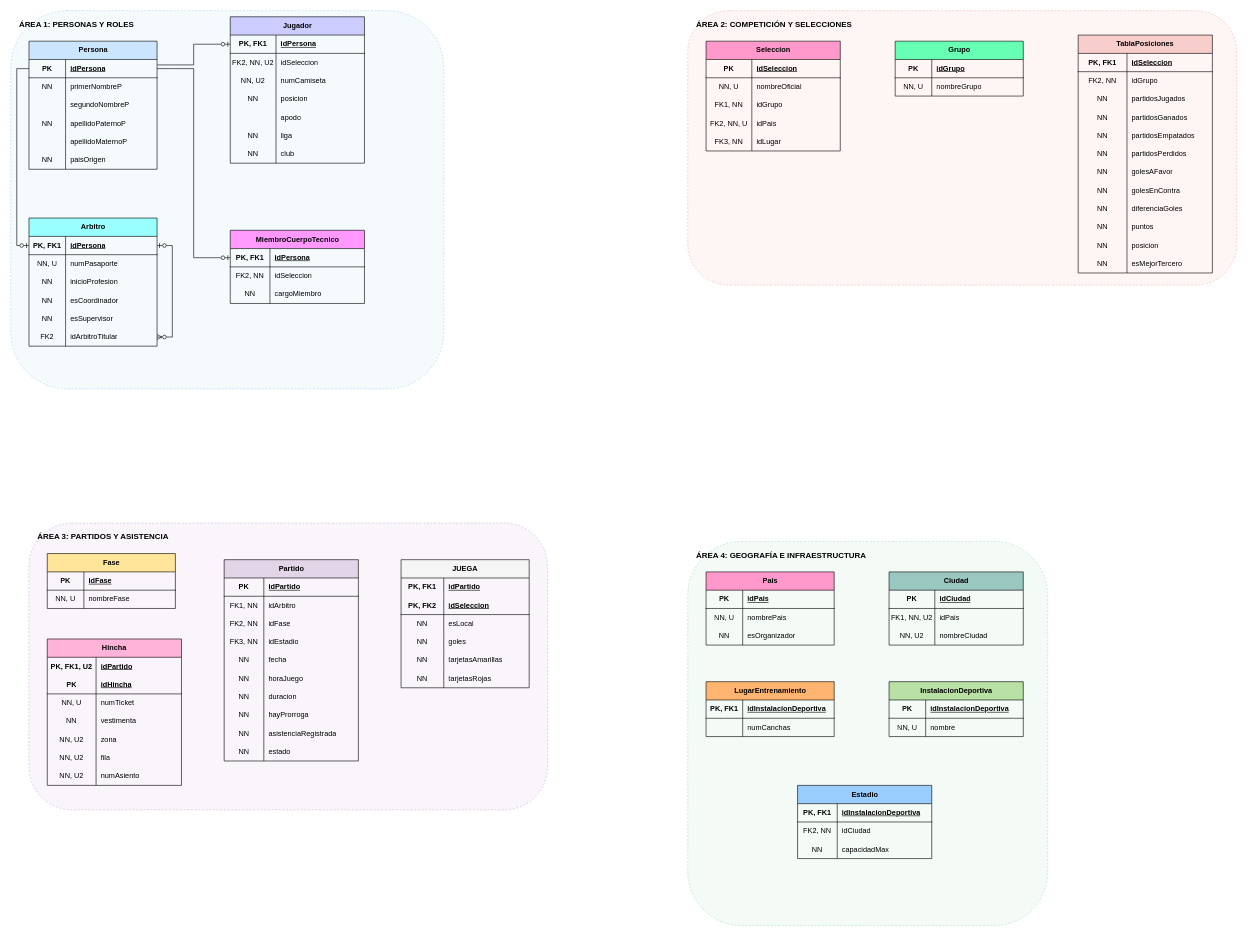
Above: page "Página-1" (1 of 2) of ModeloLogicoCopaMundial2026.drawio in Isa4cc/BASE-DE-DATOS-I-DIAGRAMAS (draw.io), before the change. Source tidied: cells renumbered, new cells numbered last; positions are measured from the earlier drawing's top-left corner, leaving out a move shared by most shapes. Both pictures are drawn from the tidied source at 61%, with x=0, y=0 at pixel (10, 10).
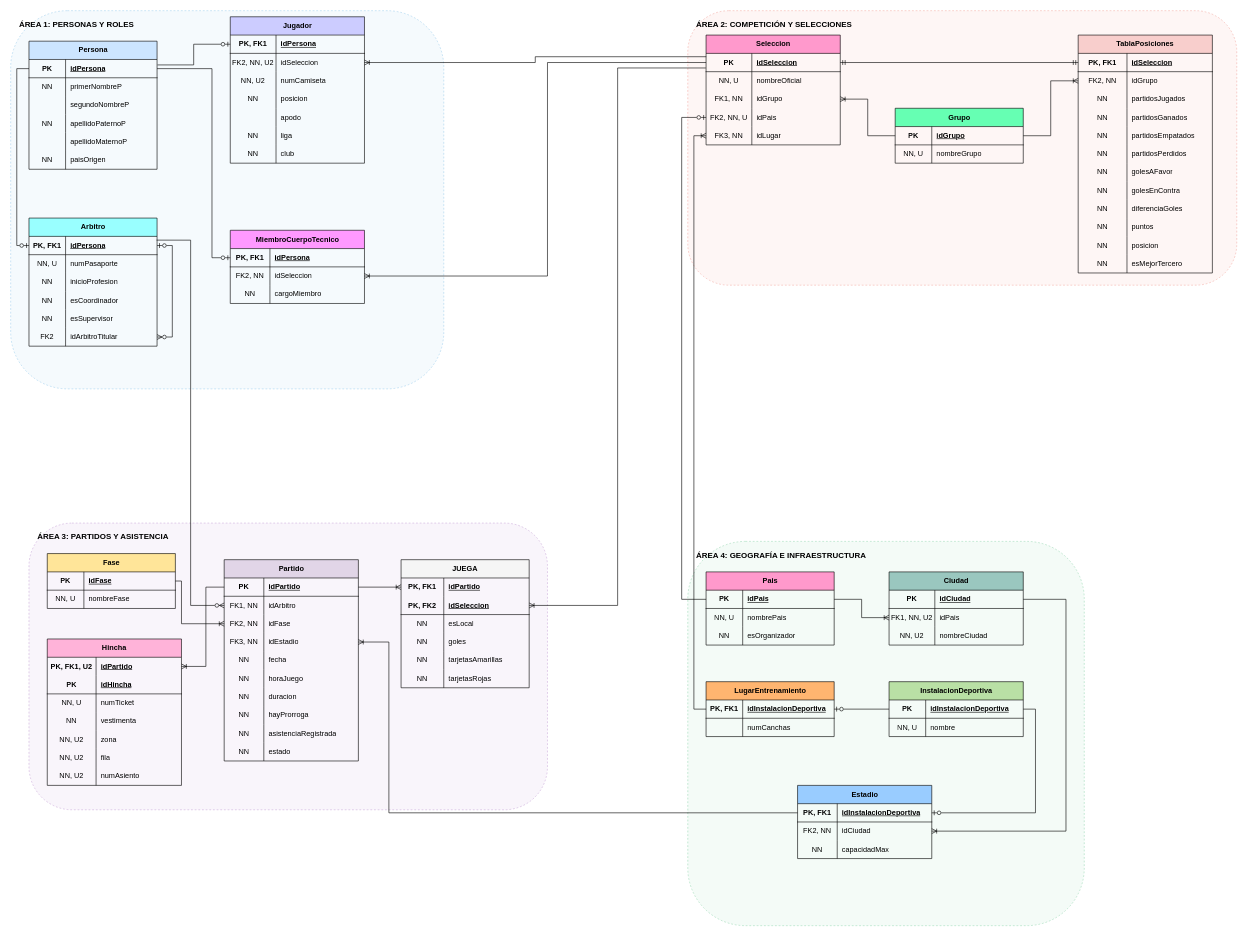
The same diagram, later.

The change refers to these unchanged cells:
```xml
<mxCell id="4" style="shape=tableRow;horizontal=0;startSize=0;swimlaneHead=0;swimlaneBody=0;fillColor=none;points=[[0,0.5],[1,0.5]];portConstraint=eastwest;top=0;left=0;right=0;bottom=1;" parent="3" vertex="1">
<mxCell id="26" style="shape=tableRow;horizontal=0;startSize=0;swimlaneHead=0;swimlaneBody=0;fillColor=none;points=[[0,0.5],[1,0.5]];portConstraint=eastwest;top=0;left=0;right=0;bottom=0;" parent="22" vertex="1">
<mxCell id="45" style="shape=tableRow;horizontal=0;startSize=0;swimlaneHead=0;swimlaneBody=0;fillColor=none;points=[[0,0.5],[1,0.5]];portConstraint=eastwest;top=0;left=0;right=0;bottom=1;" parent="44" vertex="1">
<mxCell id="65" style="shape=tableRow;horizontal=0;startSize=0;swimlaneHead=0;swimlaneBody=0;fillColor=none;points=[[0,0.5],[1,0.5]];portConstraint=eastwest;top=0;left=0;right=0;bottom=1;" parent="64" vertex="1">
<mxCell id="68" style="shape=tableRow;horizontal=0;startSize=0;swimlaneHead=0;swimlaneBody=0;fillColor=none;points=[[0,0.5],[1,0.5]];portConstraint=eastwest;top=0;left=0;right=0;bottom=0;" parent="64" vertex="1">
<mxCell id="76" style="shape=tableRow;horizontal=0;startSize=0;swimlaneHead=0;swimlaneBody=0;fillColor=none;points=[[0,0.5],[1,0.5]];portConstraint=eastwest;top=0;left=0;right=0;bottom=1;" parent="75" vertex="1">
<mxCell id="82" style="shape=tableRow;horizontal=0;startSize=0;swimlaneHead=0;swimlaneBody=0;fillColor=none;points=[[0,0.5],[1,0.5]];portConstraint=eastwest;top=0;left=0;right=0;bottom=0;" parent="75" vertex="1">
<mxCell id="85" style="shape=tableRow;horizontal=0;startSize=0;swimlaneHead=0;swimlaneBody=0;fillColor=none;points=[[0,0.5],[1,0.5]];portConstraint=eastwest;top=0;left=0;right=0;bottom=0;" parent="75" vertex="1">
<mxCell id="88" style="shape=tableRow;horizontal=0;startSize=0;swimlaneHead=0;swimlaneBody=0;fillColor=none;points=[[0,0.5],[1,0.5]];portConstraint=eastwest;top=0;left=0;right=0;bottom=0;" parent="75" vertex="1">
<mxCell id="92" style="shape=tableRow;horizontal=0;startSize=0;swimlaneHead=0;swimlaneBody=0;fillColor=none;points=[[0,0.5],[1,0.5]];portConstraint=eastwest;top=0;left=0;right=0;bottom=1;" parent="91" vertex="1">
<mxCell id="99" style="shape=tableRow;horizontal=0;startSize=0;swimlaneHead=0;swimlaneBody=0;fillColor=none;points=[[0,0.5],[1,0.5]];portConstraint=eastwest;top=0;left=0;right=0;bottom=1;html=1;" parent="98" vertex="1">
<mxCell id="102" style="shape=tableRow;horizontal=0;startSize=0;swimlaneHead=0;swimlaneBody=0;fillColor=none;points=[[0,0.5],[1,0.5]];portConstraint=eastwest;top=0;left=0;right=0;bottom=0;html=1;" parent="98" vertex="1">
<mxCell id="137" style="shape=tableRow;horizontal=0;startSize=0;swimlaneHead=0;swimlaneBody=0;fillColor=none;points=[[0,0.5],[1,0.5]];portConstraint=eastwest;top=0;left=0;right=0;bottom=1;" parent="136" vertex="1">
<mxCell id="144" style="shape=tableRow;horizontal=0;startSize=0;swimlaneHead=0;swimlaneBody=0;fillColor=none;points=[[0,0.5],[1,0.5]];portConstraint=eastwest;top=0;left=0;right=0;bottom=0;html=1;" parent="143" vertex="1">
<mxCell id="166" style="shape=tableRow;horizontal=0;startSize=0;swimlaneHead=0;swimlaneBody=0;fillColor=none;points=[[0,0.5],[1,0.5]];portConstraint=eastwest;top=0;left=0;right=0;bottom=1;" parent="165" vertex="1">
<mxCell id="169" style="shape=tableRow;horizontal=0;startSize=0;swimlaneHead=0;swimlaneBody=0;fillColor=none;points=[[0,0.5],[1,0.5]];portConstraint=eastwest;top=0;left=0;right=0;bottom=0;" parent="165" vertex="1">
<mxCell id="172" style="shape=tableRow;horizontal=0;startSize=0;swimlaneHead=0;swimlaneBody=0;fillColor=none;points=[[0,0.5],[1,0.5]];portConstraint=eastwest;top=0;left=0;right=0;bottom=0;" parent="165" vertex="1">
<mxCell id="175" style="shape=tableRow;horizontal=0;startSize=0;swimlaneHead=0;swimlaneBody=0;fillColor=none;points=[[0,0.5],[1,0.5]];portConstraint=eastwest;top=0;left=0;right=0;bottom=0;" parent="165" vertex="1">
<mxCell id="197" style="shape=tableRow;horizontal=0;startSize=0;swimlaneHead=0;swimlaneBody=0;fillColor=none;points=[[0,0.5],[1,0.5]];portConstraint=eastwest;top=0;left=0;right=0;bottom=0;html=1;" parent="196" vertex="1">
<mxCell id="200" style="shape=tableRow;horizontal=0;startSize=0;swimlaneHead=0;swimlaneBody=0;fillColor=none;points=[[0,0.5],[1,0.5]];portConstraint=eastwest;top=0;left=0;right=0;bottom=1;html=1;" parent="196" vertex="1">
<mxCell id="217" style="shape=tableRow;horizontal=0;startSize=0;swimlaneHead=0;swimlaneBody=0;fillColor=none;points=[[0,0.5],[1,0.5]];portConstraint=eastwest;top=0;left=0;right=0;bottom=1;" parent="216" vertex="1">
<mxCell id="227" style="shape=tableRow;horizontal=0;startSize=0;swimlaneHead=0;swimlaneBody=0;fillColor=none;points=[[0,0.5],[1,0.5]];portConstraint=eastwest;top=0;left=0;right=0;bottom=1;" parent="226" vertex="1">
<mxCell id="230" style="shape=tableRow;horizontal=0;startSize=0;swimlaneHead=0;swimlaneBody=0;fillColor=none;points=[[0,0.5],[1,0.5]];portConstraint=eastwest;top=0;left=0;right=0;bottom=0;" parent="226" vertex="1">
<mxCell id="237" style="shape=tableRow;horizontal=0;startSize=0;swimlaneHead=0;swimlaneBody=0;fillColor=none;points=[[0,0.5],[1,0.5]];portConstraint=eastwest;top=0;left=0;right=0;bottom=1;" parent="236" vertex="1">
<mxCell id="244" style="shape=tableRow;horizontal=0;startSize=0;swimlaneHead=0;swimlaneBody=0;fillColor=none;points=[[0,0.5],[1,0.5]];portConstraint=eastwest;top=0;left=0;right=0;bottom=1;" parent="243" vertex="1">
<mxCell id="251" style="shape=tableRow;horizontal=0;startSize=0;swimlaneHead=0;swimlaneBody=0;fillColor=none;points=[[0,0.5],[1,0.5]];portConstraint=eastwest;top=0;left=0;right=0;bottom=1;" parent="250" vertex="1">
<mxCell id="254" style="shape=tableRow;horizontal=0;startSize=0;swimlaneHead=0;swimlaneBody=0;fillColor=none;points=[[0,0.5],[1,0.5]];portConstraint=eastwest;top=0;left=0;right=0;bottom=0;" parent="250" vertex="1">
```

What changed in the source:
```diff
@@
     <mxCell id="75" value="Seleccion" style="shape=table;startSize=30;childLayout=tableLayout;rowLines=0;fontStyle=1;align=center;html=1;fillColor=#FF99CC;" parent="1" vertex="1">
-      <mxGeometry x="1140" y="50" width="220" height="180" as="geometry" />
+      <mxGeometry x="1140" y="40" width="220" height="180" as="geometry" />
     </mxCell>
@@
     <mxCell id="91" value="Grupo" style="shape=table;startSize=30;childLayout=tableLayout;rowLines=0;fontStyle=1;align=center;html=1;fillColor=#66FFB3;" parent="1" vertex="1">
-      <mxGeometry x="1450" y="50" width="210" height="90" as="geometry" />
+      <mxGeometry x="1450" y="160" width="210" height="90" as="geometry" />
     </mxCell>
@@
     <mxCell id="215" value="ÁREA 4: GEOGRAFÍA E INFRAESTRUCTURA" style="rounded=1;whiteSpace=wrap;html=1;verticalAlign=top;align=left;spacingLeft=12;spacingTop=8;fontStyle=1;fontSize=13;fillColor=#E9F7EF;strokeColor=#52BE80;dashed=1;opacity=50;" parent="1" vertex="1">
-      <mxGeometry x="1110" y="870" width="590" height="630" as="geometry" />
+      <mxGeometry x="1110" y="870" width="650" height="630" as="geometry" />
     </mxCell>
@@
     <mxCell id="261" style="edgeStyle=orthogonalEdgeStyle;rounded=0;jettySize=auto;html=1;exitX=0;exitY=0.5;exitDx=0;exitDy=0;defaultLabelBackgroundColor=page;labelPadding=0 4;endArrow=none;endFill=0;startArrow=ERzeroToOne;startFill=0;" parent="1" edge="1" source="65" target="4">
-      <mxGeometry relative="1" as="geometry" />
+      <mxGeometry relative="1" as="geometry">
+        <Array as="points">
+          <mxPoint x="330" y="405" />
+          <mxPoint x="330" y="95" />
+        </Array>
+      </mxGeometry>
     </mxCell>
@@
+    <mxCell id="263" style="edgeStyle=orthogonalEdgeStyle;rounded=0;jettySize=auto;html=1;exitX=0;exitY=0.5;exitDx=0;exitDy=0;entryX=0.996;entryY=0.205;entryDx=0;entryDy=0;entryPerimeter=0;defaultLabelBackgroundColor=page;labelPadding=0 4;endArrow=none;endFill=0;startArrow=ERzeroToMany;startFill=0;" parent="1" edge="1" source="169" target="45">
+      <mxGeometry relative="1" as="geometry" />
+    </mxCell>
+    <mxCell id="264" style="edgeStyle=orthogonalEdgeStyle;rounded=0;jettySize=auto;html=1;exitX=0;exitY=0.5;exitDx=0;exitDy=0;entryX=1;entryY=0.5;entryDx=0;entryDy=0;defaultLabelBackgroundColor=page;labelPadding=0 4;endArrow=none;endFill=0;startArrow=ERoneToMany;startFill=0;" parent="1" edge="1" source="172" target="137">
+      <mxGeometry relative="1" as="geometry">
+        <Array as="points">
+          <mxPoint x="280" y="1005" />
+          <mxPoint x="280" y="935" />
+        </Array>
+      </mxGeometry>
+    </mxCell>
+    <mxCell id="265" style="edgeStyle=orthogonalEdgeStyle;rounded=0;jettySize=auto;html=1;exitX=0;exitY=0.5;exitDx=0;exitDy=0;entryX=1;entryY=0.5;entryDx=0;entryDy=0;defaultLabelBackgroundColor=page;labelPadding=0 4;endArrow=ERoneToMany;endFill=0;" parent="1" edge="1" source="166" target="144">
+      <mxGeometry relative="1" as="geometry">
+        <Array as="points">
+          <mxPoint x="320" y="945" />
+          <mxPoint x="320" y="1075" />
+        </Array>
+      </mxGeometry>
+    </mxCell>
+    <mxCell id="266" style="edgeStyle=orthogonalEdgeStyle;rounded=0;jettySize=auto;html=1;exitX=1;exitY=0.5;exitDx=0;exitDy=0;entryX=0;entryY=0.5;entryDx=0;entryDy=0;defaultLabelBackgroundColor=page;labelPadding=0 4;endArrow=ERoneToMany;endFill=0;" parent="1" edge="1" source="166" target="197">
+      <mxGeometry relative="1" as="geometry" />
+    </mxCell>
+    <mxCell id="267" style="edgeStyle=orthogonalEdgeStyle;rounded=0;jettySize=auto;html=1;exitX=1;exitY=0.5;exitDx=0;exitDy=0;entryX=0;entryY=0.5;entryDx=0;entryDy=0;defaultLabelBackgroundColor=page;labelPadding=0 4;endArrow=none;endFill=0;startArrow=ERoneToMany;startFill=0;" parent="1" edge="1" source="175" target="251">
+      <mxGeometry relative="1" as="geometry">
+        <Array as="points">
+          <mxPoint x="620" y="1035" />
+          <mxPoint x="620" y="1315" />
+        </Array>
+      </mxGeometry>
+    </mxCell>
+    <mxCell id="268" style="edgeStyle=orthogonalEdgeStyle;rounded=0;jettySize=auto;html=1;exitX=1;exitY=0.5;exitDx=0;exitDy=0;entryX=0;entryY=0.5;entryDx=0;entryDy=0;defaultLabelBackgroundColor=page;labelPadding=0 4;endArrow=none;endFill=0;startArrow=ERoneToMany;startFill=0;" parent="1" edge="1" source="68" target="76">
+      <mxGeometry x="-0.01" relative="1" as="geometry">
+        <Array as="points">
+          <mxPoint x="880" y="435" />
+          <mxPoint x="880" y="85" />
+        </Array>
+      </mxGeometry>
+    </mxCell>
+    <mxCell id="269" style="edgeStyle=orthogonalEdgeStyle;rounded=0;jettySize=auto;html=1;exitX=1;exitY=0.5;exitDx=0;exitDy=0;entryX=-0.002;entryY=0.798;entryDx=0;entryDy=0;defaultLabelBackgroundColor=page;labelPadding=0 4;entryPerimeter=0;endArrow=none;endFill=0;startArrow=ERoneToMany;startFill=0;" parent="1" edge="1" source="200" target="76">
+      <mxGeometry x="-0.02" relative="1" as="geometry" />
+    </mxCell>
+    <mxCell id="270" style="edgeStyle=orthogonalEdgeStyle;rounded=0;jettySize=auto;html=1;exitX=1;exitY=0.5;exitDx=0;exitDy=0;entryX=0.001;entryY=0.182;entryDx=0;entryDy=0;entryPerimeter=0;defaultLabelBackgroundColor=page;labelPadding=0 4;endArrow=none;endFill=0;startArrow=ERoneToMany;startFill=0;" parent="1" edge="1" source="26" target="76">
+      <mxGeometry x="0.01" relative="1" as="geometry" />
+    </mxCell>
+    <mxCell id="271" style="edgeStyle=orthogonalEdgeStyle;rounded=0;jettySize=auto;html=1;exitX=0;exitY=0.5;exitDx=0;exitDy=0;entryX=1;entryY=0.5;entryDx=0;entryDy=0;defaultLabelBackgroundColor=page;labelPadding=0 4;endArrow=ERzeroToOne;endFill=0;" parent="1" edge="1" source="244" target="237">
+      <mxGeometry relative="1" as="geometry" />
+    </mxCell>
+    <mxCell id="272" style="edgeStyle=orthogonalEdgeStyle;rounded=0;jettySize=auto;html=1;exitX=1;exitY=0.5;exitDx=0;exitDy=0;entryX=0;entryY=0.5;entryDx=0;entryDy=0;defaultLabelBackgroundColor=page;labelPadding=0 4;endArrow=ERoneToMany;endFill=0;" parent="1" edge="1" source="217" target="230">
+      <mxGeometry relative="1" as="geometry" />
+    </mxCell>
+    <mxCell id="273" style="edgeStyle=orthogonalEdgeStyle;rounded=0;jettySize=auto;html=1;exitX=1;exitY=0.5;exitDx=0;exitDy=0;entryX=1;entryY=0.5;entryDx=0;entryDy=0;defaultLabelBackgroundColor=page;labelPadding=0 4;endArrow=none;endFill=0;startArrow=ERzeroToOne;startFill=0;" parent="1" edge="1" source="251" target="244">
+      <mxGeometry relative="1" as="geometry" />
+    </mxCell>
+    <mxCell id="274" style="edgeStyle=orthogonalEdgeStyle;rounded=0;jettySize=auto;html=1;exitX=1;exitY=0.5;exitDx=0;exitDy=0;entryX=1;entryY=0.5;entryDx=0;entryDy=0;defaultLabelBackgroundColor=page;labelPadding=0 4;startArrow=ERoneToMany;startFill=0;endArrow=none;endFill=0;" parent="1" edge="1" source="254" target="227">
+      <mxGeometry relative="1" as="geometry">
+        <Array as="points">
+          <mxPoint x="1730" y="1345" />
+          <mxPoint x="1730" y="965" />
+        </Array>
+      </mxGeometry>
+    </mxCell>
+    <mxCell id="275" style="edgeStyle=orthogonalEdgeStyle;rounded=0;jettySize=auto;html=1;exitX=0;exitY=0.5;exitDx=0;exitDy=0;entryX=0;entryY=0.5;entryDx=0;entryDy=0;defaultLabelBackgroundColor=page;labelPadding=0 4;startArrow=none;startFill=0;endArrow=ERoneToMany;endFill=0;" parent="1" edge="1" source="237" target="88">
+      <mxGeometry relative="1" as="geometry" />
+    </mxCell>
+    <mxCell id="276" style="edgeStyle=orthogonalEdgeStyle;rounded=0;jettySize=auto;html=1;exitX=0;exitY=0.5;exitDx=0;exitDy=0;entryX=0;entryY=0.5;entryDx=0;entryDy=0;defaultLabelBackgroundColor=page;labelPadding=0 4;endArrow=ERzeroToOne;endFill=0;" parent="1" edge="1" source="217" target="85">
+      <mxGeometry relative="1" as="geometry">
+        <Array as="points">
+          <mxPoint x="1100" y="965" />
+          <mxPoint x="1100" y="175" />
+        </Array>
+      </mxGeometry>
+    </mxCell>
+    <mxCell id="277" style="edgeStyle=orthogonalEdgeStyle;rounded=0;jettySize=auto;html=1;exitX=1;exitY=0.5;exitDx=0;exitDy=0;entryX=0;entryY=0.5;entryDx=0;entryDy=0;defaultLabelBackgroundColor=page;labelPadding=0 4;endArrow=none;endFill=0;startArrow=ERoneToMany;startFill=0;" parent="1" edge="1" source="82" target="92">
+      <mxGeometry relative="1" as="geometry" />
+    </mxCell>
+    <mxCell id="278" style="edgeStyle=orthogonalEdgeStyle;rounded=0;jettySize=auto;html=1;exitX=1;exitY=0.5;exitDx=0;exitDy=0;entryX=0;entryY=0.5;entryDx=0;entryDy=0;defaultLabelBackgroundColor=page;labelPadding=0 4;endArrow=ERmandOne;endFill=0;startArrow=ERmandOne;startFill=0;" parent="1" edge="1" source="76" target="99">
+      <mxGeometry relative="1" as="geometry" />
+    </mxCell>
+    <mxCell id="279" style="edgeStyle=orthogonalEdgeStyle;rounded=0;jettySize=auto;html=1;exitX=1;exitY=0.5;exitDx=0;exitDy=0;entryX=0;entryY=0.5;entryDx=0;entryDy=0;defaultLabelBackgroundColor=page;labelPadding=0 4;endArrow=ERoneToMany;endFill=0;" parent="1" edge="1" source="92" target="102">
+      <mxGeometry relative="1" as="geometry" />
+    </mxCell>
```
